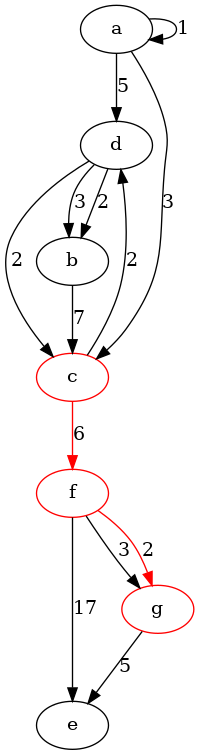
The Graphviz diagram aisd/lab5/labirint.png in kargamant/my_labs, before a commit. Its source is kept beside it as aisd/lab5/labirint.dot.
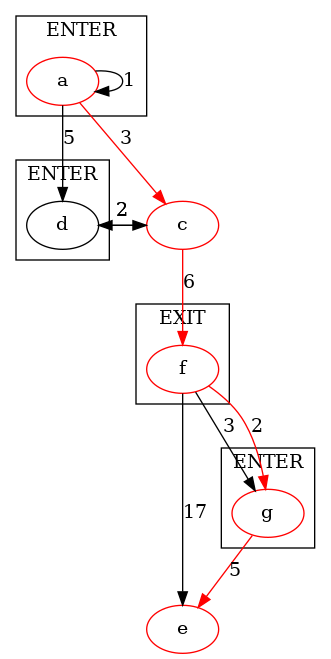
The same diagram one commit later.

The edit, as a diff of the source:
```diff
@@ -1,22 +1,30 @@
 digraph {
-a
+subgraph cluster_97{
+label="ENTER"
+a[color="red"]
+}
 a->d [label=5, weight=5]
-a->c [label=3, weight=3]
+a->c [label=3, weight=3, color="red"]
 a->a [label=1, weight=1]
-b
-b->c [label=7, weight=7]
 c[color="red"]
 c->f [label=6, weight=6, color="red"]
 c->d [label=2, weight=2]
+subgraph cluster_100{
+label="ENTER"
 d
+}
 d->c [label=2, weight=2]
-d->b [label=3, weight=3]
-d->b [label=2, weight=2]
-e
+e[color="red"]
+subgraph cluster_102{
+label="EXIT"
 f[color="red"]
+}
 f->e [label=17, weight=17]
 f->g [label=3, weight=3]
 f->g [label=2, weight=2, color="red"]
+subgraph cluster_103{
+label="ENTER"
 g[color="red"]
-g->e [label=5, weight=5]
 }
+g->e [label=5, weight=5, color="red"]
+}
```
